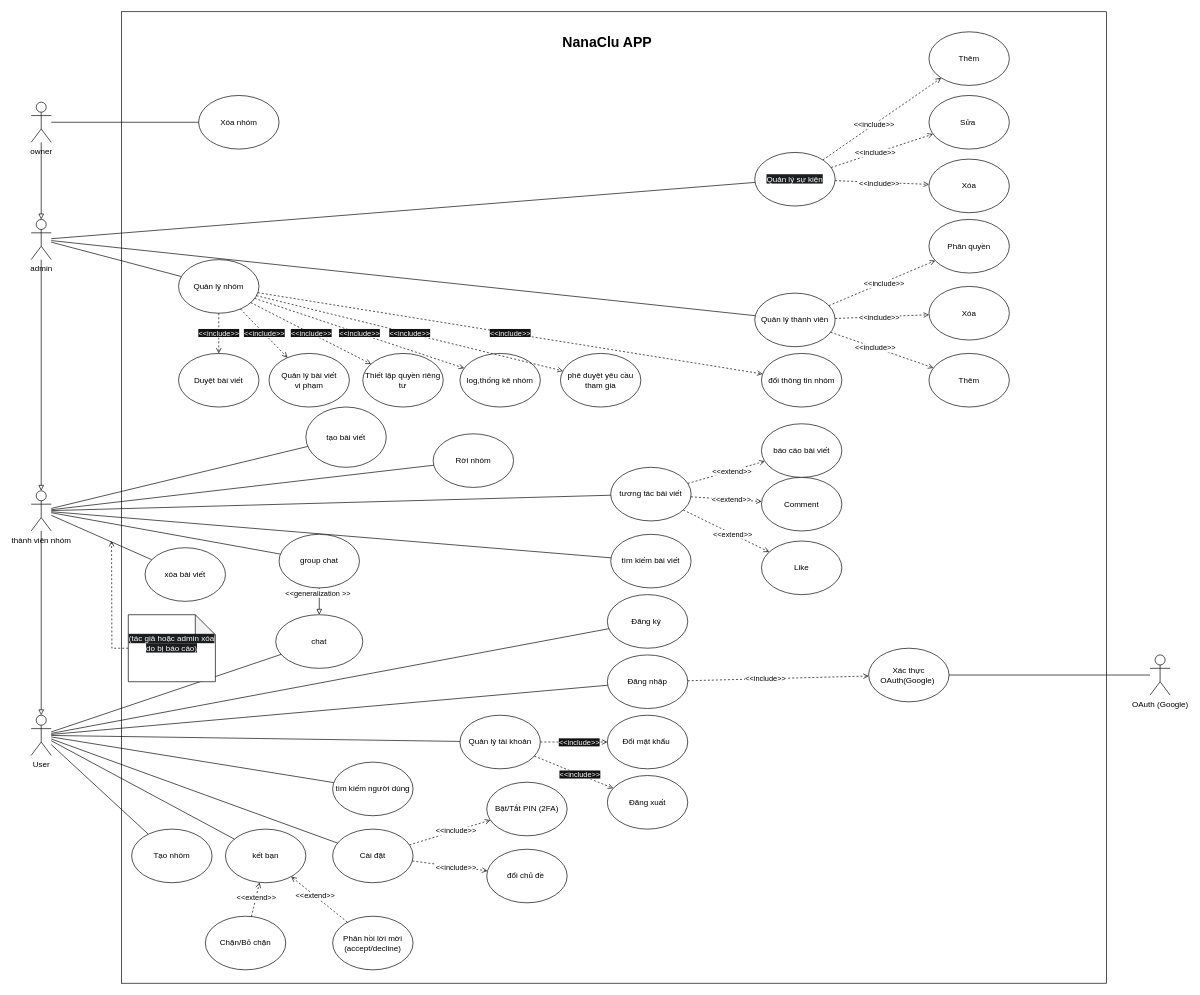
Above: page "UserCase" (1 of 3) of other/nanaclu_usercase.drawio in anh1124/NanaClu (draw.io), before the change. Source tidied: cells renumbered, new cells numbered last; positions are measured from the earlier drawing's top-left corner, leaving out a move shared by most shapes. Both pictures are drawn from the tidied source at 67%, with x=0, y=0 at pixel (31, 11).
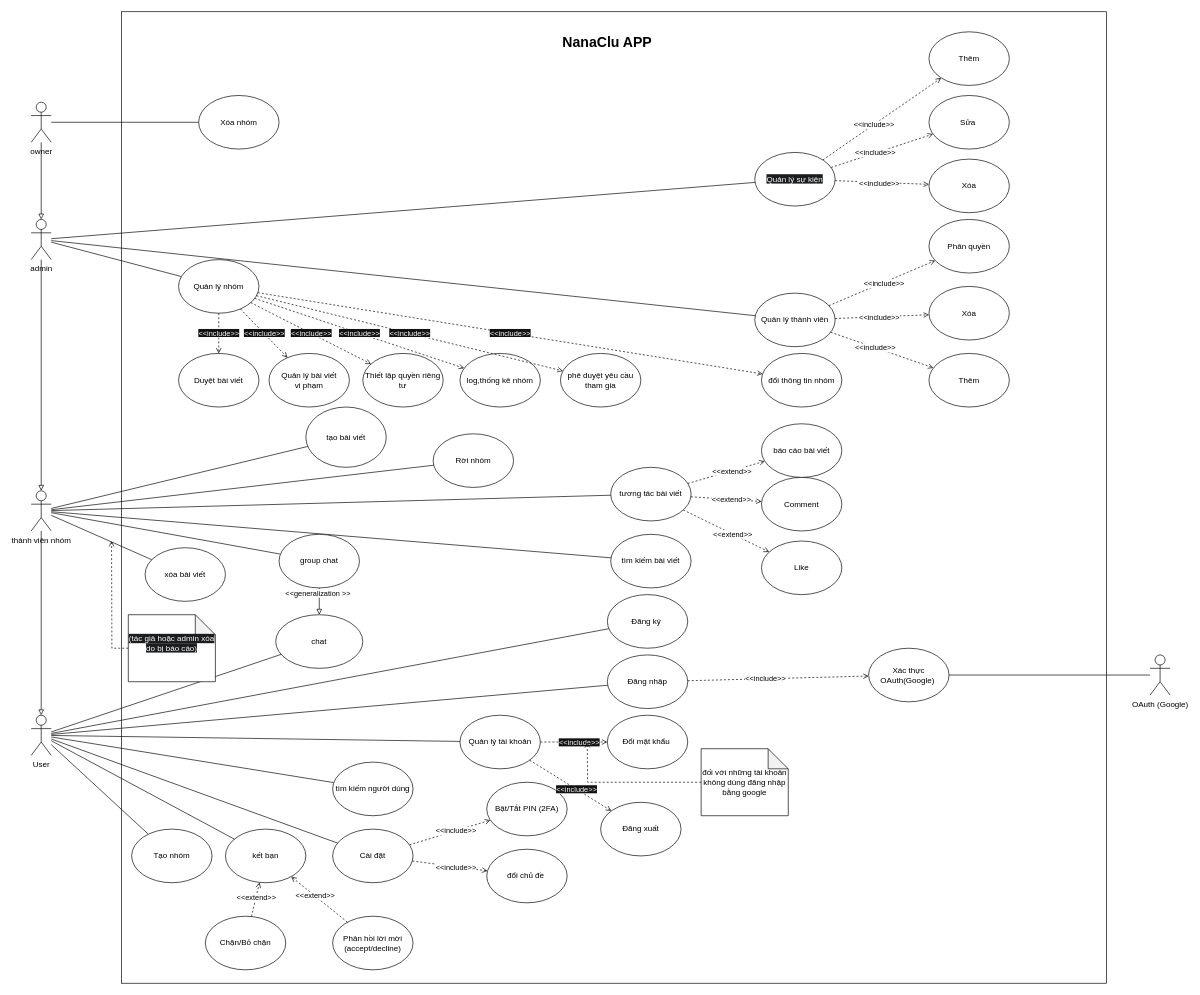
Above is the later version.

Diff of the diagram source:
```diff
@@
     <mxCell id="76" value="Đăng xuất" style="ellipse;whiteSpace=wrap;html=1;" parent="1" vertex="1">
-      <mxGeometry x="860" y="1140" width="120" height="80" as="geometry" />
+      <mxGeometry x="850" y="1180" width="120" height="80" as="geometry" />
     </mxCell>
@@
+    <mxCell id="112" style="edgeStyle=orthogonalEdgeStyle;rounded=0;jettySize=auto;html=1;endArrow=open;endFill=0;dashed=1;" parent="1" edge="1" source="113">
+      <mxGeometry relative="1" as="geometry">
+        <mxPoint x="830" y="1090" as="targetPoint" />
+      </mxGeometry>
+    </mxCell>
+    <mxCell id="113" value="đối với những tài khoản không dùng đăng nhập bằng google" style="shape=note;whiteSpace=wrap;html=1;backgroundOutline=1;darkOpacity=0.05;" parent="1" vertex="1">
+      <mxGeometry x="1000" y="1100" width="130" height="100" as="geometry" />
+    </mxCell>
```
